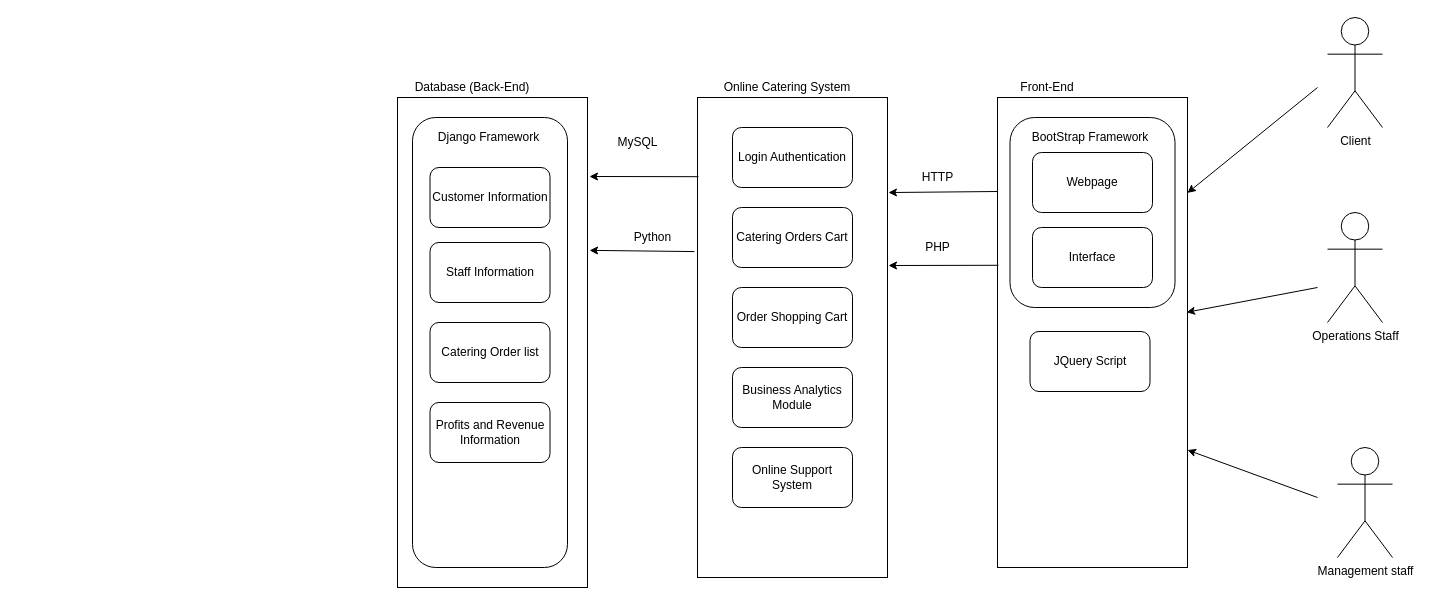
Above: highLevelPasstask2DP2.drawio in LastMinuteBanter/DistinctionTaskUML (draw.io), before the change. Source tidied: cells renumbered, new cells numbered last; positions are measured from the earlier drawing's top-left corner, leaving out a move shared by most shapes. Both pictures are drawn from the tidied source at 100%, with x=0, y=0 at pixel (397, 17).
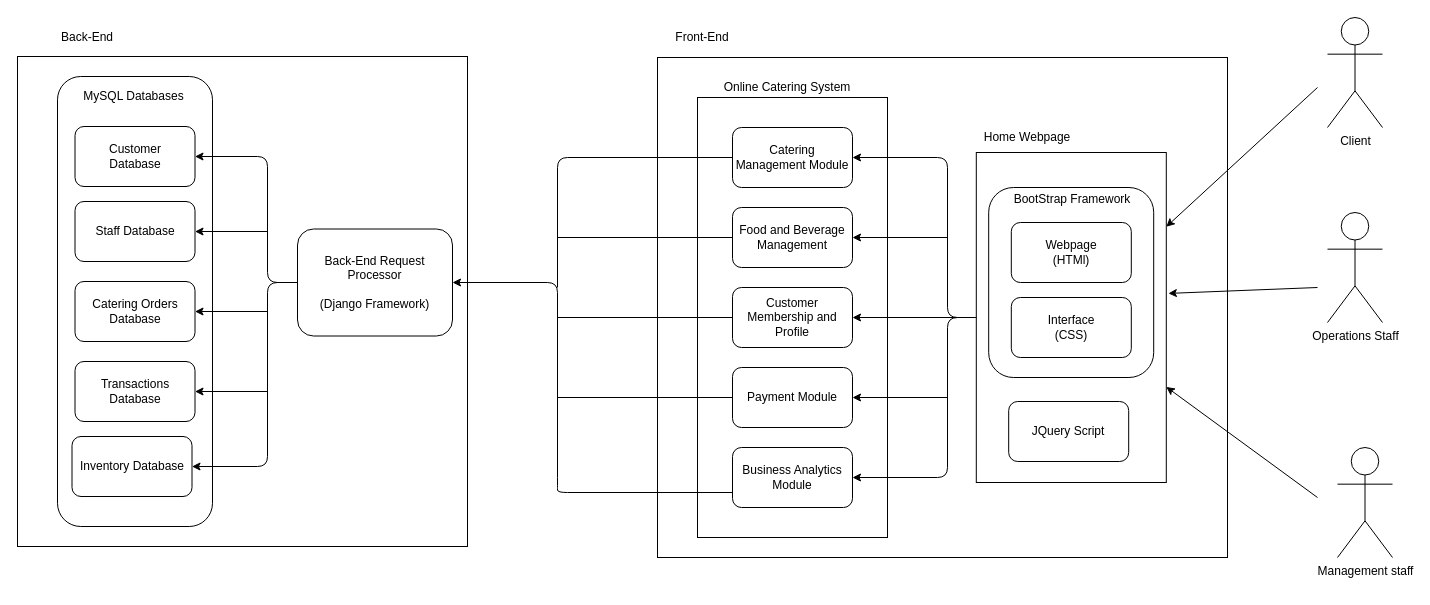
Above is the later version.

Diff of the diagram source:
```diff
@@
     <mxCell id="2" style="rounded=0;whiteSpace=wrap;html=1;" parent="1" vertex="1">
-      <mxGeometry x="600" y="80" width="190" height="470" as="geometry" />
+      <mxGeometry x="260" y="40" width="570" height="500" as="geometry" />
     </mxCell>
+    <mxCell id="38" style="rounded=0;whiteSpace=wrap;html=1;" parent="1" vertex="1">
+      <mxGeometry x="578.8" y="135" width="190" height="330" as="geometry" />
+    </mxCell>
     <mxCell id="3" style="rounded=1;whiteSpace=wrap;html=1;" parent="1" vertex="1">
-      <mxGeometry x="612.5" y="100" width="165" height="190" as="geometry" />
+      <mxGeometry x="591.2" y="170" width="165" height="190" as="geometry" />
     </mxCell>
     <mxCell id="4" style="rounded=0;whiteSpace=wrap;html=1;" parent="1" vertex="1">
-      <mxGeometry y="80" width="190" height="490" as="geometry" />
+      <mxGeometry x="-380" y="39" width="450" height="490" as="geometry" />
     </mxCell>
     <mxCell id="5" style="rounded=1;whiteSpace=wrap;html=1;" parent="1" vertex="1">
-      <mxGeometry x="15" y="100" width="155" height="450" as="geometry" />
+      <mxGeometry x="-340" y="59" width="155" height="450" as="geometry" />
     </mxCell>
-    <mxCell id="6" value="Webpage" style="rounded=1;whiteSpace=wrap;html=1;" parent="1" vertex="1">
-      <mxGeometry x="635" y="135" width="120" height="60" as="geometry" />
+    <mxCell id="6" value="&lt;div&gt;Webpage&lt;/div&gt;&lt;div&gt;(HTMl)&lt;br&gt;&lt;/div&gt;" style="rounded=1;whiteSpace=wrap;html=1;" parent="1" vertex="1">
+      <mxGeometry x="613.8" y="205" width="120" height="60" as="geometry" />
     </mxCell>
     <mxCell id="7" value="Front-End" style="text;html=1;strokeColor=none;fillColor=none;align=center;verticalAlign=middle;whiteSpace=wrap;rounded=0;" parent="1" vertex="1">
-      <mxGeometry x="610" y="60" width="80" height="20" as="geometry" />
+      <mxGeometry x="265" y="10" width="80" height="20" as="geometry" />
     </mxCell>
     <mxCell id="8" style="rounded=0;whiteSpace=wrap;html=1;" parent="1" vertex="1">
-      <mxGeometry x="300" y="80" width="190" height="480" as="geometry" />
+      <mxGeometry x="300" y="80" width="190" height="440" as="geometry" />
     </mxCell>
-    <mxCell id="9" value="Login Authentication" style="rounded=1;whiteSpace=wrap;html=1;" parent="1" vertex="1">
+    <mxCell id="9" value="Catering Management Module" style="rounded=1;whiteSpace=wrap;html=1;" parent="1" vertex="1">
       <mxGeometry x="335" y="110" width="120" height="60" as="geometry" />
     </mxCell>
-    <mxCell id="10" value="Database (Back-End)" style="text;html=1;strokeColor=none;fillColor=none;align=center;verticalAlign=middle;whiteSpace=wrap;rounded=0;" parent="1" vertex="1">
-      <mxGeometry y="60" width="150" height="20" as="geometry" />
+    <mxCell id="10" value="&lt;div&gt;Back-End&lt;/div&gt;" style="text;html=1;strokeColor=none;fillColor=none;align=center;verticalAlign=middle;whiteSpace=wrap;rounded=0;" parent="1" vertex="1">
+      <mxGeometry x="-350" y="10" width="80" height="20" as="geometry" />
     </mxCell>
@@
-    <mxCell id="12" value="Customer Information" style="rounded=1;whiteSpace=wrap;html=1;" parent="1" vertex="1">
-      <mxGeometry x="32.5" y="150" width="120" height="60" as="geometry" />
+    <mxCell id="12" value="&lt;div&gt;Customer &lt;br&gt;&lt;/div&gt;&lt;div&gt;Database&lt;br&gt;&lt;/div&gt;" style="rounded=1;whiteSpace=wrap;html=1;" parent="1" vertex="1">
+      <mxGeometry x="-322.5" y="109" width="120" height="60" as="geometry" />
     </mxCell>
-    <mxCell id="13" value="Catering Orders Cart" style="rounded=1;whiteSpace=wrap;html=1;" parent="1" vertex="1">
+    <mxCell id="13" value="Food and Beverage Management " style="rounded=1;whiteSpace=wrap;html=1;" parent="1" vertex="1">
       <mxGeometry x="335" y="190" width="120" height="60" as="geometry" />
     </mxCell>
-    <mxCell id="14" value="Staff Information" style="rounded=1;whiteSpace=wrap;html=1;" parent="1" vertex="1">
-      <mxGeometry x="32.5" y="225" width="120" height="60" as="geometry" />
+    <mxCell id="14" value="Staff Database" style="rounded=1;whiteSpace=wrap;html=1;" parent="1" vertex="1">
+      <mxGeometry x="-322.5" y="184" width="120" height="60" as="geometry" />
     </mxCell>
@@
-    <mxCell id="18" value="Order Shopping Cart" style="rounded=1;whiteSpace=wrap;html=1;" parent="1" vertex="1">
+    <mxCell id="18" value="Customer Membership and Profile" style="rounded=1;whiteSpace=wrap;html=1;" parent="1" vertex="1">
       <mxGeometry x="335" y="270" width="120" height="60" as="geometry" />
     </mxCell>
-    <mxCell id="19" style="endArrow=classic;html=1;entryX=1.005;entryY=0.198;entryDx=0;entryDy=0;exitX=0;exitY=0.2;exitDx=0;exitDy=0;entryPerimeter=0;exitPerimeter=0;" parent="1" edge="1" source="2" target="8">
-      <mxGeometry relative="1" as="geometry" />
-    </mxCell>
-    <mxCell id="20" style="endArrow=classic;html=1;entryX=1;entryY=0.203;entryDx=0;entryDy=0;entryPerimeter=0;" parent="1" edge="1" target="2">
+    <mxCell id="20" style="endArrow=classic;html=1;entryX=1;entryY=0.225;entryDx=0;entryDy=0;entryPerimeter=0;" parent="1" edge="1" target="38">
       <mxGeometry relative="1" as="geometry">
         <mxPoint x="920" y="70" as="sourcePoint" />
       </mxGeometry>
     </mxCell>
-    <mxCell id="21" style="endArrow=classic;html=1;entryX=0.995;entryY=0.457;entryDx=0;entryDy=0;entryPerimeter=0;" parent="1" edge="1" target="2">
+    <mxCell id="21" style="endArrow=classic;html=1;entryX=1.011;entryY=0.427;entryDx=0;entryDy=0;entryPerimeter=0;" parent="1" edge="1" target="38">
       <mxGeometry relative="1" as="geometry">
         <mxPoint x="920" y="270" as="sourcePoint" />
       </mxGeometry>
     </mxCell>
-    <mxCell id="22" style="endArrow=classic;html=1;entryX=1;entryY=0.75;entryDx=0;entryDy=0;" parent="1" edge="1" target="2">
+    <mxCell id="22" style="endArrow=classic;html=1;" parent="1" edge="1" target="38">
       <mxGeometry relative="1" as="geometry">
         <mxPoint x="920" y="480" as="sourcePoint" />
       </mxGeometry>
     </mxCell>
-    <mxCell id="23" value="HTTP" style="text;html=1;align=center;verticalAlign=middle;" parent="1" vertex="1">
-      <mxGeometry x="515" y="150" width="50" height="20" as="geometry" />
-    </mxCell>
-    <mxCell id="24" value="Interface" style="rounded=1;whiteSpace=wrap;html=1;" parent="1" vertex="1">
-      <mxGeometry x="635" y="210" width="120" height="60" as="geometry" />
+    <mxCell id="24" value="&lt;div&gt;Interface&lt;/div&gt;&lt;div&gt;(CSS)&lt;br&gt;&lt;/div&gt;" style="rounded=1;whiteSpace=wrap;html=1;" parent="1" vertex="1">
+      <mxGeometry x="613.8" y="280" width="120" height="60" as="geometry" />
     </mxCell>
     <mxCell id="25" value="JQuery Script" style="rounded=1;whiteSpace=wrap;html=1;" parent="1" vertex="1">
-      <mxGeometry x="632.5" y="314" width="120" height="60" as="geometry" />
+      <mxGeometry x="611.2" y="384" width="120" height="60" as="geometry" />
     </mxCell>
-    <mxCell id="26" style="endArrow=classic;html=1;exitX=0.005;exitY=0.165;exitDx=0;exitDy=0;exitPerimeter=0;" parent="1" edge="1" source="8">
-      <mxGeometry relative="1" as="geometry">
-        <mxPoint x="192" y="159" as="targetPoint" />
-      </mxGeometry>
-    </mxCell>
-    <mxCell id="27" value="MySQL" style="text;html=1;align=center;verticalAlign=middle;" parent="1" vertex="1">
-      <mxGeometry x="215" y="115" width="50" height="20" as="geometry" />
-    </mxCell>
-    <mxCell id="28" style="endArrow=classic;html=1;exitX=0.005;exitY=0.357;exitDx=0;exitDy=0;exitPerimeter=0;" parent="1" edge="1" source="2">
-      <mxGeometry relative="1" as="geometry">
-        <mxPoint x="491" y="248" as="targetPoint" />
-      </mxGeometry>
-    </mxCell>
-    <mxCell id="29" value="PHP" style="text;html=1;align=center;verticalAlign=middle;" parent="1" vertex="1">
-      <mxGeometry x="520" y="220" width="40" height="20" as="geometry" />
-    </mxCell>
-    <mxCell id="30" value="Business Analytics Module" style="rounded=1;whiteSpace=wrap;html=1;" parent="1" vertex="1">
+    <mxCell id="30" value="Payment Module" style="rounded=1;whiteSpace=wrap;html=1;" parent="1" vertex="1">
       <mxGeometry x="335" y="350" width="120" height="60" as="geometry" />
     </mxCell>
-    <mxCell id="31" value="Catering Order list" style="rounded=1;whiteSpace=wrap;html=1;" parent="1" vertex="1">
-      <mxGeometry x="32.5" y="305" width="120" height="60" as="geometry" />
+    <mxCell id="31" value="Catering Orders Database" style="rounded=1;whiteSpace=wrap;html=1;" parent="1" vertex="1">
+      <mxGeometry x="-322.5" y="264" width="120" height="60" as="geometry" />
     </mxCell>
-    <mxCell id="32" value="Profits and Revenue Information" style="rounded=1;whiteSpace=wrap;html=1;" parent="1" vertex="1">
-      <mxGeometry x="32.5" y="385" width="120" height="60" as="geometry" />
+    <mxCell id="32" value="Transactions Database" style="rounded=1;whiteSpace=wrap;html=1;" parent="1" vertex="1">
+      <mxGeometry x="-322.5" y="344" width="120" height="60" as="geometry" />
     </mxCell>
-    <mxCell id="33" style="endArrow=classic;html=1;entryX=1.011;entryY=0.312;entryDx=0;entryDy=0;entryPerimeter=0;exitX=-0.016;exitY=0.321;exitDx=0;exitDy=0;exitPerimeter=0;" parent="1" edge="1" source="8" target="4">
-      <mxGeometry relative="1" as="geometry" />
-    </mxCell>
-    <mxCell id="34" value="Python" style="text;html=1;align=center;verticalAlign=middle;" parent="1" vertex="1">
-      <mxGeometry x="230" y="210" width="50" height="20" as="geometry" />
-    </mxCell>
-    <mxCell id="35" value="Django Framework" style="text;html=1;strokeColor=none;fillColor=none;align=center;verticalAlign=middle;whiteSpace=wrap;rounded=0;" parent="1" vertex="1">
-      <mxGeometry x="32.5" y="110" width="117" height="20" as="geometry" />
+    <mxCell id="35" value="MySQL Databases" style="text;html=1;strokeColor=none;fillColor=none;align=center;verticalAlign=middle;whiteSpace=wrap;rounded=0;" parent="1" vertex="1">
+      <mxGeometry x="-322.5" y="69" width="117" height="20" as="geometry" />
     </mxCell>
     <mxCell id="36" value="BootStrap Framework" style="text;html=1;strokeColor=none;fillColor=none;align=center;verticalAlign=middle;whiteSpace=wrap;rounded=0;" parent="1" vertex="1">
-      <mxGeometry x="628.8" y="110" width="127.5" height="20" as="geometry" />
+      <mxGeometry x="611.2" y="172" width="127.5" height="20" as="geometry" />
     </mxCell>
-    <mxCell id="37" value="Online Support System" style="rounded=1;whiteSpace=wrap;html=1;" parent="1" vertex="1">
+    <mxCell id="37" value="Business Analytics Module" style="rounded=1;whiteSpace=wrap;html=1;" parent="1" vertex="1">
       <mxGeometry x="335" y="430" width="120" height="60" as="geometry" />
     </mxCell>
+    <mxCell id="39" value="Inventory Database" style="rounded=1;whiteSpace=wrap;html=1;" parent="1" vertex="1">
+      <mxGeometry x="-325.5" y="419" width="120" height="60" as="geometry" />
+    </mxCell>
+    <mxCell id="40" value="&lt;div&gt;Back-End Request Processor&lt;/div&gt;&lt;div&gt;&lt;br&gt;&lt;/div&gt;&lt;div&gt;(Django Framework)&lt;br&gt;&lt;/div&gt;" style="rounded=1;whiteSpace=wrap;html=1;" parent="1" vertex="1">
+      <mxGeometry x="-100" y="211.5" width="155" height="107" as="geometry" />
+    </mxCell>
+    <mxCell id="41" style="endArrow=classic;html=1;entryX=1;entryY=0.5;entryDx=0;entryDy=0;exitX=0;exitY=0.5;exitDx=0;exitDy=0;" parent="1" edge="1" source="38" target="9">
+      <mxGeometry relative="1" as="geometry">
+        <Array as="points">
+          <mxPoint x="550" y="300" />
+          <mxPoint x="550" y="140" />
+        </Array>
+      </mxGeometry>
+    </mxCell>
+    <mxCell id="42" style="endArrow=classic;html=1;entryX=1;entryY=0.5;entryDx=0;entryDy=0;exitX=0;exitY=0.5;exitDx=0;exitDy=0;" parent="1" edge="1" source="40" target="12">
+      <mxGeometry relative="1" as="geometry">
+        <Array as="points">
+          <mxPoint x="-130" y="265" />
+          <mxPoint x="-130" y="139" />
+        </Array>
+      </mxGeometry>
+    </mxCell>
+    <mxCell id="43" style="endArrow=classic;html=1;entryX=1;entryY=0.5;entryDx=0;entryDy=0;" parent="1" edge="1" target="14">
+      <mxGeometry relative="1" as="geometry">
+        <mxPoint x="-130" y="214" as="sourcePoint" />
+      </mxGeometry>
+    </mxCell>
+    <mxCell id="44" style="endArrow=classic;html=1;exitX=0;exitY=0.5;exitDx=0;exitDy=0;entryX=1;entryY=0.5;entryDx=0;entryDy=0;" parent="1" edge="1" source="40" target="39">
+      <mxGeometry relative="1" as="geometry">
+        <Array as="points">
+          <mxPoint x="-130" y="265" />
+          <mxPoint x="-130" y="449" />
+        </Array>
+      </mxGeometry>
+    </mxCell>
+    <mxCell id="45" style="endArrow=classic;html=1;entryX=1;entryY=0.5;entryDx=0;entryDy=0;" parent="1" edge="1" target="32">
+      <mxGeometry relative="1" as="geometry">
+        <mxPoint x="-130" y="374" as="sourcePoint" />
+      </mxGeometry>
+    </mxCell>
+    <mxCell id="46" style="endArrow=classic;html=1;entryX=1;entryY=0.5;entryDx=0;entryDy=0;" parent="1" edge="1" target="31">
+      <mxGeometry relative="1" as="geometry">
+        <mxPoint x="-130" y="294" as="sourcePoint" />
+      </mxGeometry>
+    </mxCell>
+    <mxCell id="47" style="endArrow=classic;html=1;entryX=1;entryY=0.5;entryDx=0;entryDy=0;exitX=0;exitY=0.75;exitDx=0;exitDy=0;" parent="1" edge="1" source="37" target="40">
+      <mxGeometry relative="1" as="geometry">
+        <Array as="points">
+          <mxPoint x="160" y="475" />
+          <mxPoint x="160" y="470" />
+          <mxPoint x="160" y="265" />
+        </Array>
+      </mxGeometry>
+    </mxCell>
+    <mxCell id="48" style="endArrow=none;html=1;entryX=0;entryY=0.5;entryDx=0;entryDy=0;" parent="1" edge="1" target="9">
+      <mxGeometry relative="1" as="geometry">
+        <mxPoint x="160" y="270" as="sourcePoint" />
+        <Array as="points">
+          <mxPoint x="160" y="140" />
+        </Array>
+      </mxGeometry>
+    </mxCell>
+    <mxCell id="49" style="endArrow=none;html=1;entryX=0;entryY=0.5;entryDx=0;entryDy=0;" parent="1" edge="1" target="13">
+      <mxGeometry relative="1" as="geometry">
+        <mxPoint x="160" y="220" as="sourcePoint" />
+      </mxGeometry>
+    </mxCell>
+    <mxCell id="50" style="endArrow=none;html=1;entryX=0;entryY=0.5;entryDx=0;entryDy=0;" parent="1" edge="1" target="18">
+      <mxGeometry relative="1" as="geometry">
+        <mxPoint x="160" y="300" as="sourcePoint" />
+      </mxGeometry>
+    </mxCell>
+    <mxCell id="51" style="endArrow=none;html=1;" parent="1" edge="1" target="30">
+      <mxGeometry relative="1" as="geometry">
+        <mxPoint x="160" y="380" as="sourcePoint" />
+      </mxGeometry>
+    </mxCell>
+    <mxCell id="52" value="Home Webpage" style="text;html=1;strokeColor=none;fillColor=none;align=center;verticalAlign=middle;whiteSpace=wrap;rounded=0;" parent="1" vertex="1">
+      <mxGeometry x="580" y="110" width="100" height="20" as="geometry" />
+    </mxCell>
+    <mxCell id="53" style="endArrow=classic;html=1;entryX=1;entryY=0.5;entryDx=0;entryDy=0;exitX=0;exitY=0.5;exitDx=0;exitDy=0;" parent="1" edge="1" source="38" target="37">
+      <mxGeometry relative="1" as="geometry">
+        <Array as="points">
+          <mxPoint x="550" y="300" />
+          <mxPoint x="550" y="460" />
+        </Array>
+      </mxGeometry>
+    </mxCell>
+    <mxCell id="54" style="endArrow=classic;html=1;entryX=1;entryY=0.5;entryDx=0;entryDy=0;" parent="1" edge="1" target="30">
+      <mxGeometry relative="1" as="geometry">
+        <mxPoint x="550" y="380" as="sourcePoint" />
+      </mxGeometry>
+    </mxCell>
+    <mxCell id="55" style="endArrow=classic;html=1;entryX=1;entryY=0.5;entryDx=0;entryDy=0;" parent="1" edge="1" target="18">
+      <mxGeometry relative="1" as="geometry">
+        <mxPoint x="560" y="300" as="sourcePoint" />
+      </mxGeometry>
+    </mxCell>
+    <mxCell id="56" style="endArrow=classic;html=1;entryX=1;entryY=0.5;entryDx=0;entryDy=0;" parent="1" edge="1" target="13">
+      <mxGeometry relative="1" as="geometry">
+        <mxPoint x="550" y="220" as="sourcePoint" />
+      </mxGeometry>
+    </mxCell>
```
